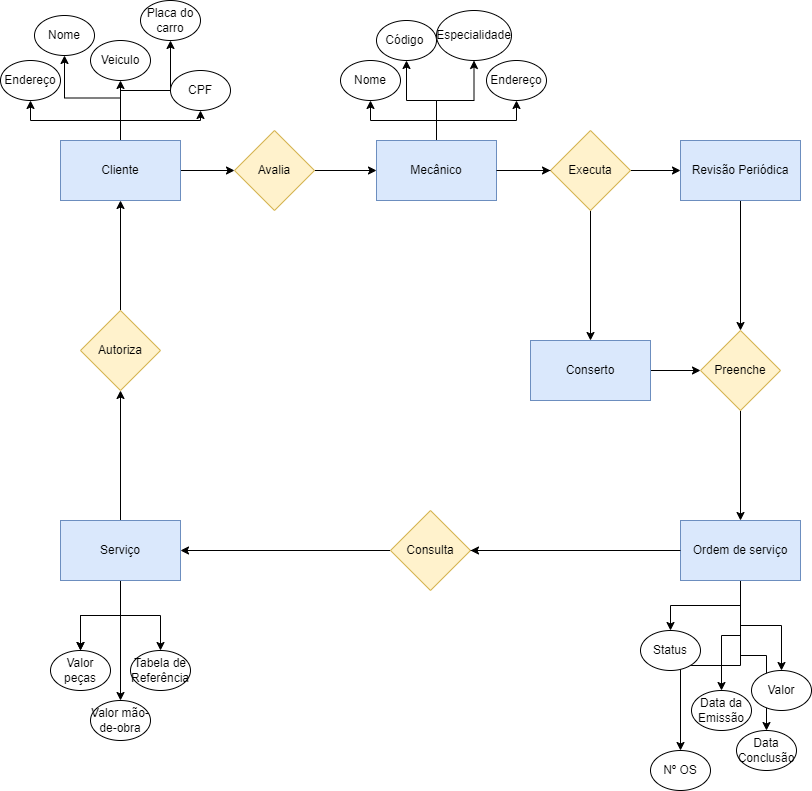
Hejociara/BancoDados_EsquemaConceitual keeps this draw.io diagram as Diagrama sem nome.drawio.png. Above is the earlier version. Source tidied: cells renumbered, new cells last; positions are measured from the earlier drawing's top-left corner, leaving out a move shared by most shapes.
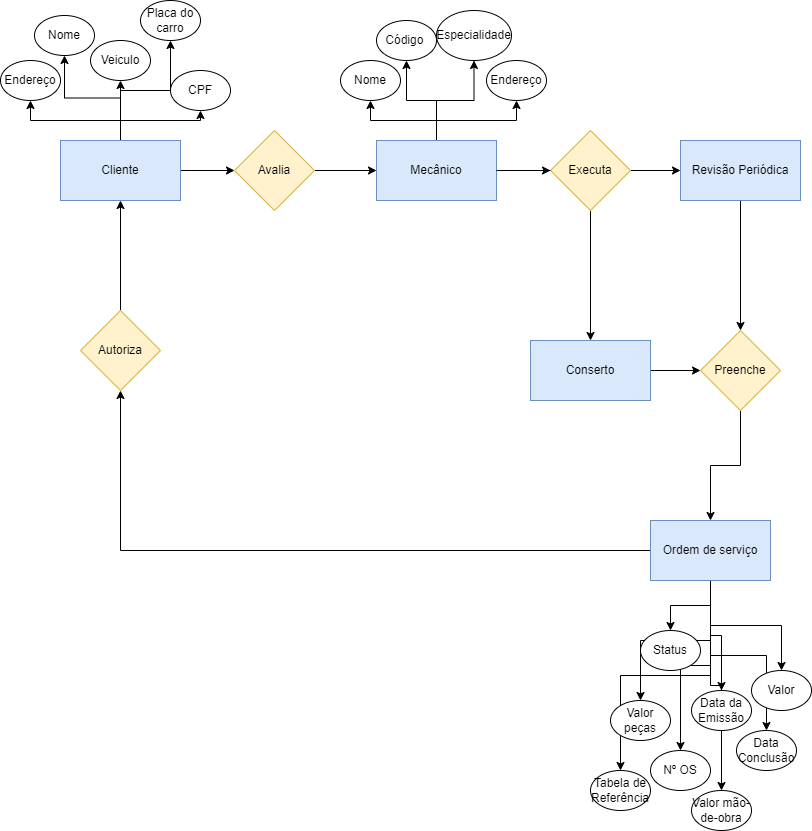
Later version of the same file.

Diff of the diagram source:
```diff
@@ -23,24 +23,6 @@
     <mxCell id="8" value="Cliente" style="rounded=0;whiteSpace=wrap;html=1;fillColor=#dae8fc;strokeColor=#6c8ebf;" parent="1" vertex="1">
       <mxGeometry x="60" y="140" width="120" height="60" as="geometry" />
     </mxCell>
-    <mxCell id="9" style="edgeStyle=orthogonalEdgeStyle;rounded=0;jettySize=auto;html=1;" parent="1" edge="1" source="14" target="50">
-      <mxGeometry relative="1" as="geometry" />
-    </mxCell>
-    <mxCell id="10" style="edgeStyle=orthogonalEdgeStyle;rounded=0;jettySize=auto;html=1;" parent="1" edge="1" source="14" target="50">
-      <mxGeometry relative="1" as="geometry" />
-    </mxCell>
-    <mxCell id="11" style="edgeStyle=orthogonalEdgeStyle;rounded=0;jettySize=auto;html=1;" parent="1" edge="1" source="14" target="54">
-      <mxGeometry relative="1" as="geometry" />
-    </mxCell>
-    <mxCell id="12" style="edgeStyle=orthogonalEdgeStyle;rounded=0;jettySize=auto;html=1;" parent="1" edge="1" source="14" target="52">
-      <mxGeometry relative="1" as="geometry" />
-    </mxCell>
-    <mxCell id="13" style="edgeStyle=orthogonalEdgeStyle;rounded=0;jettySize=auto;html=1;" parent="1" edge="1" source="14" target="61">
-      <mxGeometry relative="1" as="geometry" />
-    </mxCell>
-    <mxCell id="14" value="Serviço" style="rounded=0;whiteSpace=wrap;html=1;fillColor=#dae8fc;strokeColor=#6c8ebf;" parent="1" vertex="1">
-      <mxGeometry x="60" y="520" width="120" height="60" as="geometry" />
-    </mxCell>
     <mxCell id="15" style="edgeStyle=orthogonalEdgeStyle;rounded=0;jettySize=auto;html=1;" parent="1" edge="1" source="21" target="25">
       <mxGeometry relative="1" as="geometry" />
     </mxCell>
@@ -56,11 +38,20 @@
     <mxCell id="19" style="edgeStyle=orthogonalEdgeStyle;rounded=0;jettySize=auto;html=1;" parent="1" edge="1" source="21" target="49">
       <mxGeometry relative="1" as="geometry" />
     </mxCell>
-    <mxCell id="20" style="edgeStyle=orthogonalEdgeStyle;rounded=0;jettySize=auto;html=1;" parent="1" edge="1" source="21" target="59">
-      <mxGeometry relative="1" as="geometry" />
-    </mxCell>
+    <mxCell id="62" style="edgeStyle=orthogonalEdgeStyle;rounded=0;jettySize=auto;html=1;entryX=0.5;entryY=0;entryDx=0;entryDy=0;" parent="1" edge="1" source="21" target="61">
+      <mxGeometry relative="1" as="geometry" />
+    </mxCell>
+    <mxCell id="63" style="edgeStyle=orthogonalEdgeStyle;rounded=0;jettySize=auto;html=1;exitX=0.5;exitY=1;exitDx=0;exitDy=0;" parent="1" edge="1" source="21" target="50">
+      <mxGeometry relative="1" as="geometry" />
+    </mxCell>
+    <mxCell id="64" style="edgeStyle=orthogonalEdgeStyle;rounded=0;jettySize=auto;html=1;" parent="1" edge="1" source="21" target="54">
+      <mxGeometry relative="1" as="geometry" />
+    </mxCell>
+    <mxCell id="65" style="edgeStyle=orthogonalEdgeStyle;rounded=0;jettySize=auto;html=1;entryX=0.5;entryY=1;entryDx=0;entryDy=0;" parent="1" edge="1" source="21" target="52">
+      <mxGeometry relative="1" as="geometry" />
+    </mxCell>
     <mxCell id="21" value="Ordem de serviço" style="rounded=0;whiteSpace=wrap;html=1;fillColor=#dae8fc;strokeColor=#6c8ebf;" parent="1" vertex="1">
-      <mxGeometry x="680" y="520" width="120" height="60" as="geometry" />
+      <mxGeometry x="650" y="520" width="120" height="60" as="geometry" />
     </mxCell>
     <mxCell id="22" value="Nome" style="ellipse;whiteSpace=wrap;html=1;rounded=0;" parent="1" vertex="1">
       <mxGeometry x="34" y="15" width="60" height="40" as="geometry" />
@@ -147,7 +138,7 @@
       <mxGeometry x="736" y="730" width="60" height="40" as="geometry" />
     </mxCell>
     <mxCell id="50" value="Valor peças" style="ellipse;whiteSpace=wrap;html=1;rounded=0;" parent="1" vertex="1">
-      <mxGeometry x="50" y="650" width="60" height="40" as="geometry" />
+      <mxGeometry x="610" y="700" width="60" height="40" as="geometry" />
     </mxCell>
     <mxCell id="51" style="edgeStyle=orthogonalEdgeStyle;rounded=0;jettySize=auto;html=1;" parent="1" edge="1" source="52" target="8">
       <mxGeometry relative="1" as="geometry" />
@@ -155,11 +146,8 @@
     <mxCell id="52" value="Autoriza" style="rhombus;whiteSpace=wrap;html=1;rounded=0;fillColor=#fff2cc;strokeColor=#d6b656;" parent="1" vertex="1">
       <mxGeometry x="80" y="310" width="80" height="80" as="geometry" />
     </mxCell>
-    <mxCell id="53" style="edgeStyle=orthogonalEdgeStyle;rounded=0;jettySize=auto;html=1;exitX=0;exitY=0.5;exitDx=0;exitDy=0;entryX=1;entryY=0.5;entryDx=0;entryDy=0;" parent="1" edge="1" source="59" target="14">
-      <mxGeometry relative="1" as="geometry" />
-    </mxCell>
     <mxCell id="54" value="Tabela de Referência" style="ellipse;whiteSpace=wrap;html=1;rounded=0;" parent="1" vertex="1">
-      <mxGeometry x="130" y="650" width="60" height="40" as="geometry" />
+      <mxGeometry x="590" y="770" width="60" height="40" as="geometry" />
     </mxCell>
     <mxCell id="55" value="Executa" style="rhombus;whiteSpace=wrap;html=1;fillColor=#fff2cc;strokeColor=#d6b656;rounded=0;" parent="1" vertex="1">
       <mxGeometry x="550" y="130" width="80" height="80" as="geometry" />
@@ -173,14 +161,8 @@
     <mxCell id="58" value="Preenche" style="rhombus;whiteSpace=wrap;html=1;fillColor=#fff2cc;strokeColor=#d6b656;rounded=0;" parent="1" vertex="1">
       <mxGeometry x="700" y="330" width="80" height="80" as="geometry" />
     </mxCell>
-    <mxCell id="59" value="Consulta" style="rhombus;whiteSpace=wrap;html=1;rounded=0;fillColor=#fff2cc;strokeColor=#d6b656;" parent="1" vertex="1">
-      <mxGeometry x="390" y="510" width="80" height="80" as="geometry" />
-    </mxCell>
-    <mxCell id="60" style="edgeStyle=orthogonalEdgeStyle;rounded=0;jettySize=auto;html=1;endArrow=none;" parent="1" edge="1" source="21" target="59">
-      <mxGeometry relative="1" as="geometry" />
-    </mxCell>
     <mxCell id="61" value="Valor mão-de-obra" style="ellipse;whiteSpace=wrap;html=1;rounded=0;" parent="1" vertex="1">
-      <mxGeometry x="90" y="700" width="60" height="40" as="geometry" />
+      <mxGeometry x="691" y="790" width="60" height="40" as="geometry" />
     </mxCell>
   </root>
 </mxGraphModel>
```
